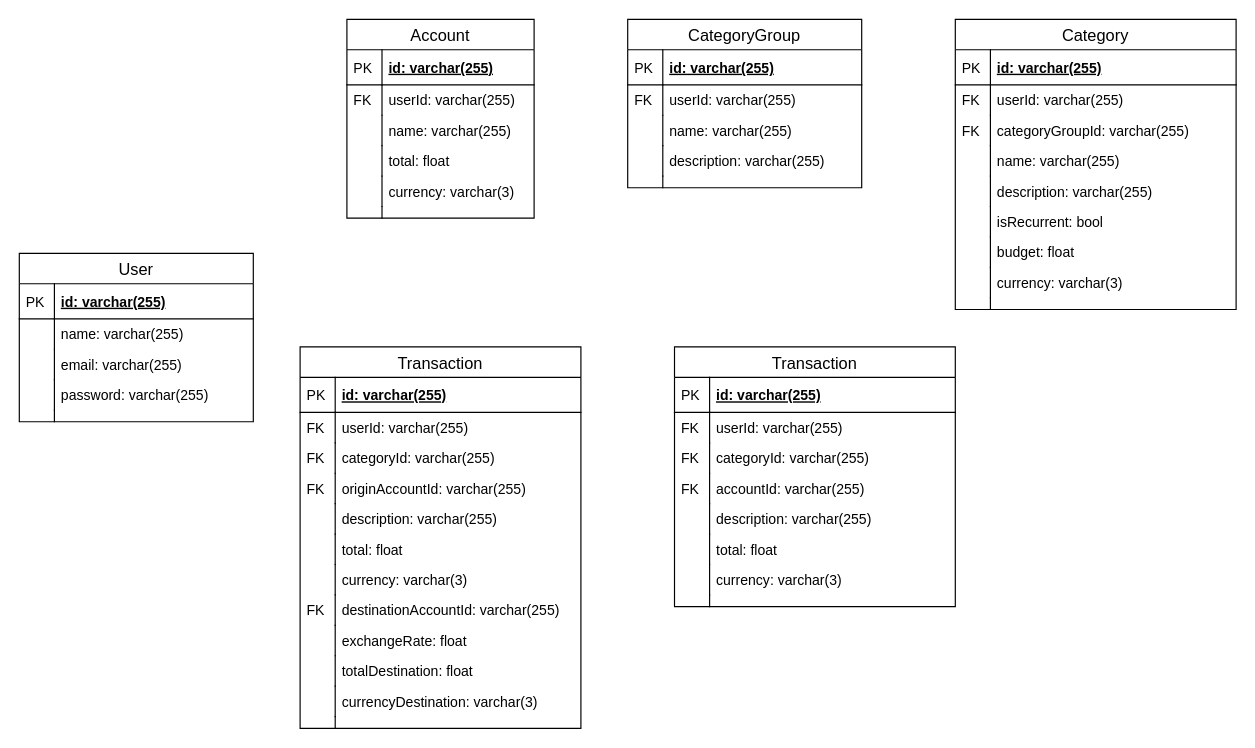
Earlier version of the draw.io diagram page "ERD" (2 of 2) of docs/diagrams.drawio (brucegroverlee/wallet_backend). Source tidied: cells renumbered, new cells numbered last; positions are measured from the earlier drawing's top-left corner, leaving out a move shared by most shapes. Both pictures are drawn from the tidied source at 117%, with x=0, y=0 at pixel (19, 19).
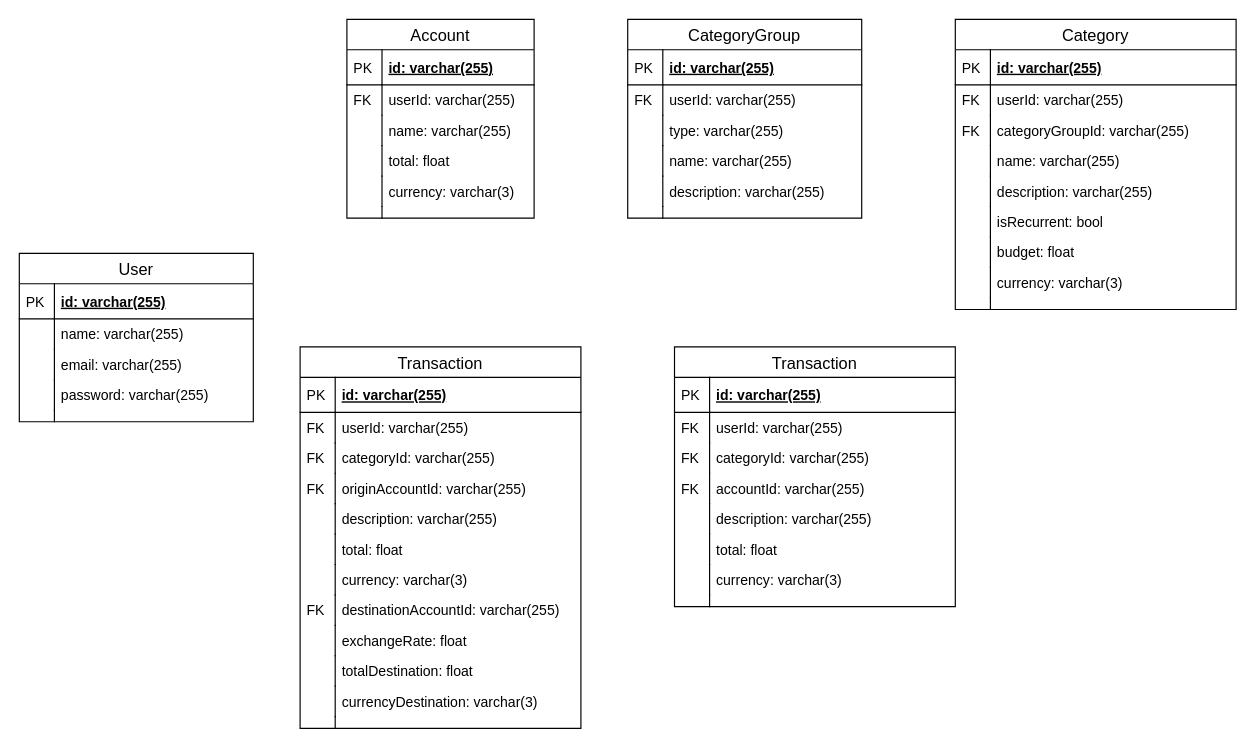
The same page after the edit.

Diff of the diagram source:
```diff
@@
     <mxCell id="15" value="CategoryGroup" style="swimlane;fontStyle=0;horizontal=1;startSize=26;align=center;fontSize=14;" parent="1" vertex="1">
-      <mxGeometry x="520" width="200" height="144" as="geometry" />
+      <mxGeometry x="520" width="200" height="170" as="geometry" />
     </mxCell>
@@
+    <mxCell id="98" value="type: varchar(255)" style="shape=partialRectangle;top=0;left=0;right=0;bottom=0;align=left;verticalAlign=top;fillColor=none;spacingLeft=34;spacingRight=4;overflow=hidden;fontSize=12;" parent="15" vertex="1">
+      <mxGeometry y="82" width="200" height="26" as="geometry" />
+    </mxCell>
+    <mxCell id="99" style="shape=partialRectangle;top=0;left=0;bottom=0;fillColor=none;align=left;verticalAlign=top;spacingLeft=4;spacingRight=4;overflow=hidden;fontSize=12;" parent="98" vertex="1">
+      <mxGeometry width="30" height="26" as="geometry" />
+    </mxCell>
     <mxCell id="20" value="name: varchar(255)" style="shape=partialRectangle;top=0;left=0;right=0;bottom=0;align=left;verticalAlign=top;fillColor=none;spacingLeft=34;spacingRight=4;overflow=hidden;fontSize=12;" parent="15" vertex="1">
-      <mxGeometry y="82" width="200" height="26" as="geometry" />
+      <mxGeometry y="108" width="200" height="26" as="geometry" />
     </mxCell>
@@
     <mxCell id="22" value="description: varchar(255)" style="shape=partialRectangle;top=0;left=0;right=0;bottom=0;align=left;verticalAlign=top;fillColor=none;spacingLeft=34;spacingRight=4;overflow=hidden;fontSize=12;" parent="15" vertex="1">
-      <mxGeometry y="108" width="200" height="26" as="geometry" />
+      <mxGeometry y="134" width="200" height="26" as="geometry" />
     </mxCell>
@@
     <mxCell id="24" style="shape=partialRectangle;top=0;left=0;right=0;bottom=0;align=left;verticalAlign=top;fillColor=none;spacingLeft=34;spacingRight=4;overflow=hidden;fontSize=12;" parent="15" vertex="1">
-      <mxGeometry y="134" width="200" height="10" as="geometry" />
+      <mxGeometry y="160" width="200" height="10" as="geometry" />
     </mxCell>
```
